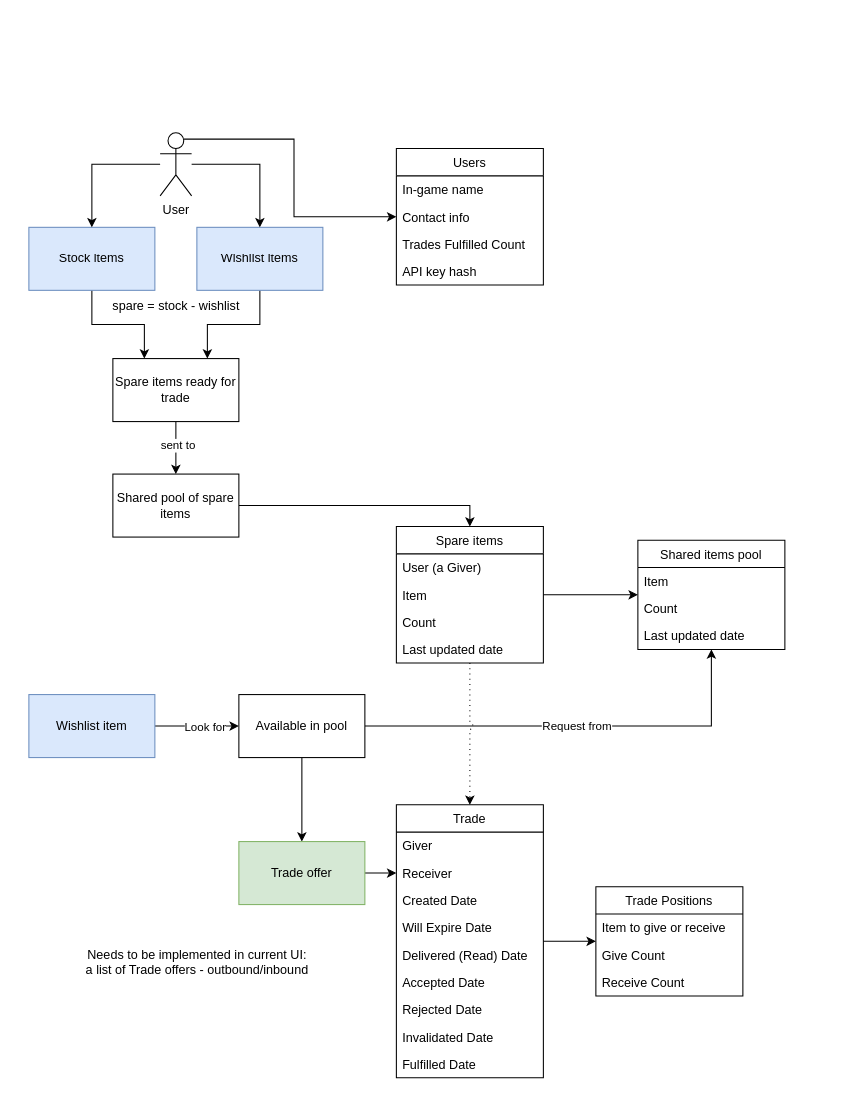
Earlier version of the draw.io diagram page "Implicit matching" (1 of 5) of specs/Overview.drawio (cptn-solo/edmarketplace). Source tidied: cells renumbered, new cells numbered last; positions are measured from the earlier drawing's top-left corner, leaving out a move shared by most shapes. Both pictures are drawn from the tidied source at 105%, with x=0, y=0 at pixel (28, 132).
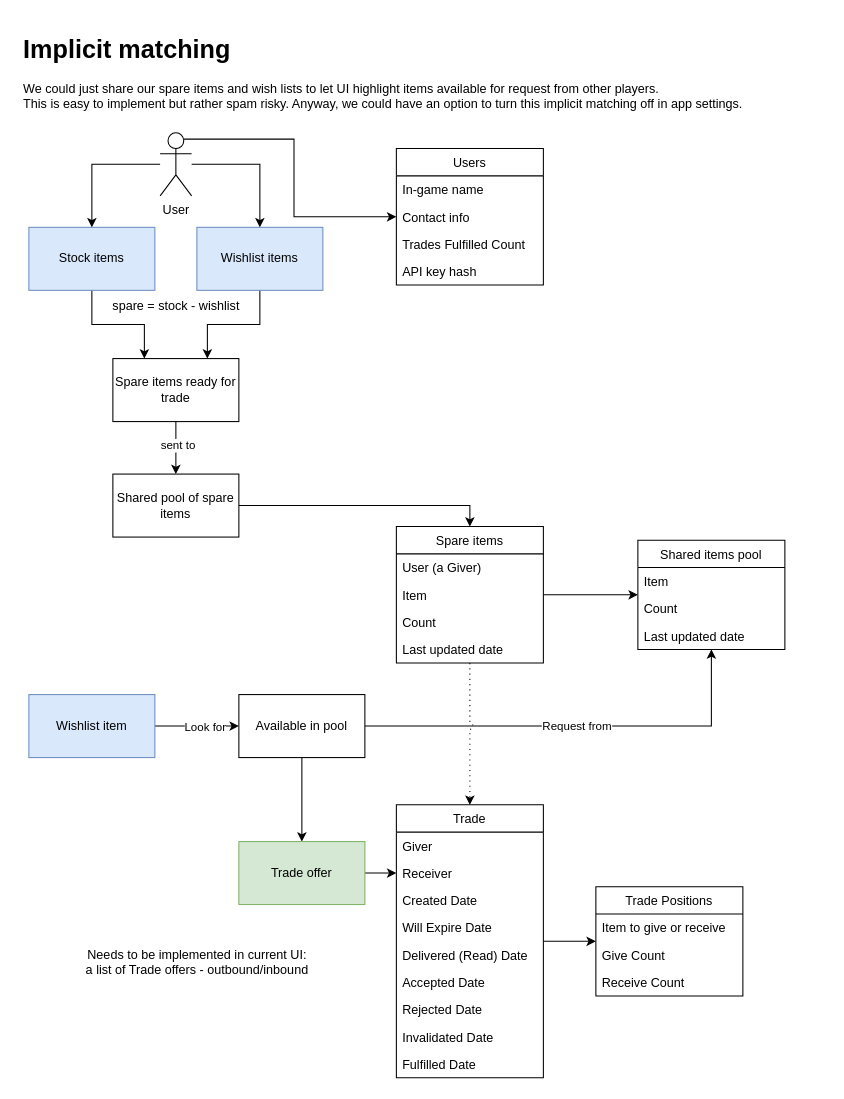
After the change.

Commit message (it also covers changes not shown here):
Reference UI Mockups + Request/Share contact workflow + some comments

The edit, as a diff of the source:
```diff
@@
+    <mxCell id="56" value="&lt;h1&gt;Implicit matching&lt;/h1&gt;&lt;p&gt;We could just share our spare items and wish lists to let UI highlight items available for request from other players.&lt;br&gt;This is easy to implement but rather spam risky. Anyway, we could have an option to turn this implicit matching off in app settings.&amp;nbsp;&lt;/p&gt;" style="text;html=1;strokeColor=none;fillColor=none;spacing=5;spacingTop=-20;whiteSpace=wrap;overflow=hidden;rounded=0;" parent="1" vertex="1">
+      <mxGeometry x="-10" y="-99" width="770" height="90" as="geometry" />
+    </mxCell>
```
